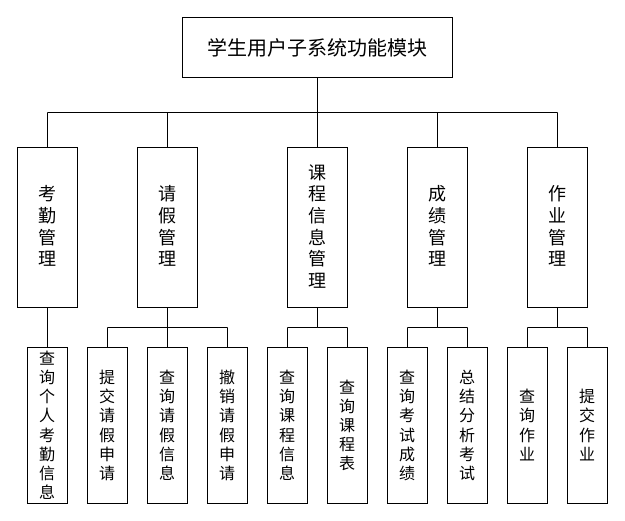
yuglei/design keeps this draw.io diagram as page "学生用子系统功能模块" (23 of 44) of 系统结构图.drawio. Above is the earlier version. Source tidied: cells renumbered, new cells numbered last; positions are measured from the earlier drawing's top-left corner, leaving out a move shared by most shapes. Both pictures are drawn from the tidied source at 100%, with x=0, y=0 at pixel (17, 17).
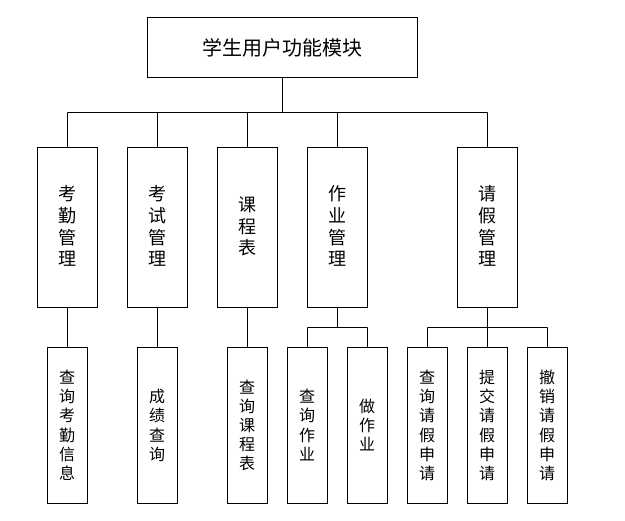
Above is the later version.

Change to the diagram source:
```diff
@@
-    <mxCell id="7" value="&lt;font style=&quot;font-size: 20px;&quot;&gt;学生用户子系统功能模块&lt;/font&gt;" style="rounded=0;whiteSpace=wrap;html=1;" parent="1" vertex="1">
-      <mxGeometry x="165" width="270" height="60" as="geometry" />
+    <mxCell id="7" value="&lt;font style=&quot;font-size: 20px;&quot;&gt;学生用户功能模块&lt;/font&gt;" style="rounded=0;whiteSpace=wrap;html=1;" parent="1" vertex="1">
+      <mxGeometry x="130" width="270" height="60" as="geometry" />
     </mxCell>
@@
     <mxCell id="9" value="&lt;div&gt;&lt;span style=&quot;font-size: 18px;&quot;&gt;考&lt;/span&gt;&lt;/div&gt;&lt;div&gt;&lt;span style=&quot;font-size: 18px;&quot;&gt;勤&lt;/span&gt;&lt;/div&gt;&lt;div&gt;&lt;span style=&quot;font-size: 18px;&quot;&gt;管&lt;/span&gt;&lt;/div&gt;&lt;div&gt;&lt;span style=&quot;font-size: 18px;&quot;&gt;理&lt;/span&gt;&lt;/div&gt;" style="rounded=0;whiteSpace=wrap;html=1;direction=south;" parent="1" vertex="1">
-      <mxGeometry y="130" width="60" height="160" as="geometry" />
+      <mxGeometry x="20" y="130" width="60" height="160" as="geometry" />
     </mxCell>
-    <mxCell id="10" value="&lt;div style=&quot;font-size: 16px;&quot;&gt;查&lt;/div&gt;&lt;div style=&quot;font-size: 16px;&quot;&gt;询&lt;/div&gt;&lt;div style=&quot;font-size: 16px;&quot;&gt;个&lt;/div&gt;&lt;div style=&quot;font-size: 16px;&quot;&gt;人&lt;/div&gt;&lt;div style=&quot;font-size: 16px;&quot;&gt;考&lt;/div&gt;&lt;div style=&quot;font-size: 16px;&quot;&gt;勤&lt;/div&gt;&lt;div style=&quot;font-size: 16px;&quot;&gt;信&lt;/div&gt;&lt;div style=&quot;font-size: 16px;&quot;&gt;息&lt;/div&gt;" style="rounded=0;whiteSpace=wrap;html=1;direction=south;" parent="1" vertex="1">
-      <mxGeometry x="10" y="330" width="40" height="156" as="geometry" />
+    <mxCell id="10" value="&lt;div style=&quot;font-size: 16px;&quot;&gt;查&lt;/div&gt;&lt;div style=&quot;font-size: 16px;&quot;&gt;询&lt;/div&gt;&lt;div style=&quot;font-size: 16px;&quot;&gt;考&lt;/div&gt;&lt;div style=&quot;font-size: 16px;&quot;&gt;勤&lt;/div&gt;&lt;div style=&quot;font-size: 16px;&quot;&gt;信&lt;/div&gt;&lt;div style=&quot;font-size: 16px;&quot;&gt;息&lt;/div&gt;" style="rounded=0;whiteSpace=wrap;html=1;direction=south;" parent="1" vertex="1">
+      <mxGeometry x="30" y="330" width="40" height="156" as="geometry" />
     </mxCell>
-    <mxCell id="11" value="&lt;div style=&quot;font-size: 16px;&quot;&gt;提&lt;/div&gt;&lt;div style=&quot;font-size: 16px;&quot;&gt;交&lt;/div&gt;&lt;div style=&quot;font-size: 16px;&quot;&gt;请&lt;/div&gt;&lt;div style=&quot;font-size: 16px;&quot;&gt;假&lt;/div&gt;&lt;div style=&quot;font-size: 16px;&quot;&gt;申&lt;/div&gt;&lt;div style=&quot;font-size: 16px;&quot;&gt;请&lt;/div&gt;" style="rounded=0;whiteSpace=wrap;html=1;direction=south;" parent="1" vertex="1">
-      <mxGeometry x="70" y="330" width="40" height="156" as="geometry" />
+    <mxCell id="11" value="&lt;div style=&quot;font-size: 16px;&quot;&gt;查&lt;/div&gt;&lt;div style=&quot;font-size: 16px;&quot;&gt;询&lt;/div&gt;&lt;div style=&quot;font-size: 16px;&quot;&gt;请&lt;/div&gt;&lt;div style=&quot;font-size: 16px;&quot;&gt;假&lt;/div&gt;&lt;div style=&quot;font-size: 16px;&quot;&gt;申&lt;/div&gt;&lt;div style=&quot;font-size: 16px;&quot;&gt;请&lt;/div&gt;" style="rounded=0;whiteSpace=wrap;html=1;direction=south;" parent="1" vertex="1">
+      <mxGeometry x="390" y="330" width="40" height="156" as="geometry" />
     </mxCell>
@@
     <mxCell id="15" value="&lt;span style=&quot;font-size: 18px;&quot;&gt;请&lt;/span&gt;&lt;div&gt;&lt;span style=&quot;font-size: 18px;&quot;&gt;假&lt;/span&gt;&lt;/div&gt;&lt;div&gt;&lt;span style=&quot;font-size: 18px;&quot;&gt;管&lt;/span&gt;&lt;/div&gt;&lt;div&gt;&lt;span style=&quot;font-size: 18px;&quot;&gt;理&lt;/span&gt;&lt;/div&gt;" style="rounded=0;whiteSpace=wrap;html=1;direction=south;" parent="1" vertex="1">
-      <mxGeometry x="120" y="130" width="60" height="160" as="geometry" />
+      <mxGeometry x="440" y="130" width="60" height="160" as="geometry" />
     </mxCell>
-    <mxCell id="16" style="edgeStyle=orthogonalEdgeStyle;rounded=0;jettySize=auto;html=1;exitX=1;exitY=0.5;exitDx=0;exitDy=0;entryX=0;entryY=0.5;entryDx=0;entryDy=0;fontSize=12;startSize=8;endSize=8;endArrow=none;endFill=0;" parent="1" edge="1" source="18" target="27">
-      <mxGeometry relative="1" as="geometry" />
-    </mxCell>
@@
-    <mxCell id="18" value="&lt;span style=&quot;font-size: 18px;&quot;&gt;课&lt;/span&gt;&lt;div&gt;&lt;span style=&quot;font-size: 18px;&quot;&gt;程&lt;/span&gt;&lt;/div&gt;&lt;div&gt;&lt;span style=&quot;font-size: 18px;&quot;&gt;信&lt;/span&gt;&lt;/div&gt;&lt;div&gt;&lt;span style=&quot;font-size: 18px;&quot;&gt;息&lt;/span&gt;&lt;/div&gt;&lt;div&gt;&lt;span style=&quot;font-size: 18px;&quot;&gt;管&lt;/span&gt;&lt;/div&gt;&lt;div&gt;&lt;span style=&quot;font-size: 18px;&quot;&gt;理&lt;/span&gt;&lt;/div&gt;" style="rounded=0;whiteSpace=wrap;html=1;direction=south;" parent="1" vertex="1">
-      <mxGeometry x="270" y="130" width="60" height="160" as="geometry" />
+    <mxCell id="18" value="&lt;span style=&quot;font-size: 18px;&quot;&gt;课&lt;/span&gt;&lt;div&gt;&lt;span style=&quot;font-size: 18px;&quot;&gt;程&lt;/span&gt;&lt;/div&gt;&lt;div&gt;&lt;span style=&quot;font-size: 18px;&quot;&gt;表&lt;/span&gt;&lt;/div&gt;" style="rounded=0;whiteSpace=wrap;html=1;direction=south;" parent="1" vertex="1">
+      <mxGeometry x="200" y="130" width="60" height="160" as="geometry" />
     </mxCell>
@@
-    <mxCell id="20" style="edgeStyle=orthogonalEdgeStyle;rounded=0;jettySize=auto;html=1;exitX=1;exitY=0.5;exitDx=0;exitDy=0;entryX=0;entryY=0.5;entryDx=0;entryDy=0;fontSize=12;startSize=8;endSize=8;endArrow=none;endFill=0;" parent="1" edge="1" source="21" target="30">
-      <mxGeometry relative="1" as="geometry" />
-    </mxCell>
-    <mxCell id="21" value="&lt;div&gt;&lt;span style=&quot;font-size: 18px;&quot;&gt;成&lt;/span&gt;&lt;/div&gt;&lt;div&gt;&lt;span style=&quot;font-size: 18px;&quot;&gt;绩&lt;/span&gt;&lt;/div&gt;&lt;div&gt;&lt;span style=&quot;font-size: 18px;&quot;&gt;管&lt;/span&gt;&lt;/div&gt;&lt;div&gt;&lt;span style=&quot;font-size: 18px;&quot;&gt;理&lt;/span&gt;&lt;/div&gt;" style="rounded=0;whiteSpace=wrap;html=1;direction=south;" parent="1" vertex="1">
-      <mxGeometry x="390" y="130" width="60" height="160" as="geometry" />
+    <mxCell id="21" value="&lt;div&gt;&lt;span style=&quot;font-size: 18px;&quot;&gt;考&lt;/span&gt;&lt;/div&gt;&lt;div&gt;&lt;span style=&quot;font-size: 18px;&quot;&gt;试&lt;/span&gt;&lt;/div&gt;&lt;div&gt;&lt;span style=&quot;font-size: 18px;&quot;&gt;管&lt;/span&gt;&lt;/div&gt;&lt;div&gt;&lt;span style=&quot;font-size: 18px;&quot;&gt;理&lt;/span&gt;&lt;/div&gt;" style="rounded=0;whiteSpace=wrap;html=1;direction=south;" parent="1" vertex="1">
+      <mxGeometry x="110" y="130" width="60" height="160" as="geometry" />
     </mxCell>
@@
     <mxCell id="24" value="&lt;div&gt;&lt;span style=&quot;font-size: 18px;&quot;&gt;作&lt;/span&gt;&lt;/div&gt;&lt;div&gt;&lt;span style=&quot;font-size: 18px;&quot;&gt;业&lt;/span&gt;&lt;/div&gt;&lt;div&gt;&lt;span style=&quot;font-size: 18px;&quot;&gt;管&lt;/span&gt;&lt;/div&gt;&lt;div&gt;&lt;span style=&quot;font-size: 18px;&quot;&gt;理&lt;/span&gt;&lt;/div&gt;" style="rounded=0;whiteSpace=wrap;html=1;direction=south;" parent="1" vertex="1">
-      <mxGeometry x="510" y="130" width="60" height="160" as="geometry" />
+      <mxGeometry x="290" y="130" width="60" height="160" as="geometry" />
     </mxCell>
-    <mxCell id="25" value="&lt;div style=&quot;font-size: 16px;&quot;&gt;查&lt;/div&gt;&lt;div style=&quot;font-size: 16px;&quot;&gt;询&lt;/div&gt;&lt;div style=&quot;font-size: 16px;&quot;&gt;请&lt;/div&gt;&lt;div style=&quot;font-size: 16px;&quot;&gt;假&lt;/div&gt;&lt;div style=&quot;font-size: 16px;&quot;&gt;信&lt;/div&gt;&lt;div style=&quot;font-size: 16px;&quot;&gt;息&lt;/div&gt;" style="rounded=0;whiteSpace=wrap;html=1;direction=south;" parent="1" vertex="1">
-      <mxGeometry x="130" y="330" width="40" height="156" as="geometry" />
+    <mxCell id="25" value="&lt;div style=&quot;font-size: 16px;&quot;&gt;提&lt;/div&gt;&lt;div style=&quot;font-size: 16px;&quot;&gt;交&lt;/div&gt;&lt;div style=&quot;font-size: 16px;&quot;&gt;请&lt;/div&gt;&lt;div style=&quot;font-size: 16px;&quot;&gt;假&lt;/div&gt;&lt;div style=&quot;font-size: 16px;&quot;&gt;申&lt;/div&gt;&lt;div style=&quot;font-size: 16px;&quot;&gt;请&lt;/div&gt;" style="rounded=0;whiteSpace=wrap;html=1;direction=south;" parent="1" vertex="1">
+      <mxGeometry x="450" y="330" width="40" height="156" as="geometry" />
     </mxCell>
     <mxCell id="26" value="&lt;div style=&quot;font-size: 16px;&quot;&gt;撤&lt;/div&gt;&lt;div style=&quot;font-size: 16px;&quot;&gt;销&lt;/div&gt;&lt;div style=&quot;font-size: 16px;&quot;&gt;请&lt;/div&gt;&lt;div style=&quot;font-size: 16px;&quot;&gt;假&lt;/div&gt;&lt;div style=&quot;font-size: 16px;&quot;&gt;申&lt;/div&gt;&lt;div style=&quot;font-size: 16px;&quot;&gt;请&lt;/div&gt;" style="rounded=0;whiteSpace=wrap;html=1;direction=south;" parent="1" vertex="1">
-      <mxGeometry x="190" y="330" width="40" height="156" as="geometry" />
+      <mxGeometry x="510" y="330" width="40" height="156" as="geometry" />
     </mxCell>
-    <mxCell id="27" value="&lt;div style=&quot;font-size: 16px;&quot;&gt;查&lt;/div&gt;&lt;div style=&quot;font-size: 16px;&quot;&gt;询&lt;/div&gt;&lt;div style=&quot;font-size: 16px;&quot;&gt;课&lt;/div&gt;&lt;div style=&quot;font-size: 16px;&quot;&gt;程&lt;/div&gt;&lt;div style=&quot;font-size: 16px;&quot;&gt;信&lt;/div&gt;&lt;div style=&quot;font-size: 16px;&quot;&gt;息&lt;/div&gt;" style="rounded=0;whiteSpace=wrap;html=1;direction=south;" parent="1" vertex="1">
-      <mxGeometry x="250" y="330" width="40" height="156" as="geometry" />
-    </mxCell>
     <mxCell id="28" value="&lt;div style=&quot;font-size: 16px;&quot;&gt;查&lt;/div&gt;&lt;div style=&quot;font-size: 16px;&quot;&gt;询&lt;/div&gt;&lt;div style=&quot;font-size: 16px;&quot;&gt;课&lt;/div&gt;&lt;div style=&quot;font-size: 16px;&quot;&gt;程&lt;/div&gt;&lt;div style=&quot;font-size: 16px;&quot;&gt;表&lt;/div&gt;" style="rounded=0;whiteSpace=wrap;html=1;direction=south;" parent="1" vertex="1">
-      <mxGeometry x="310" y="330" width="40" height="156" as="geometry" />
+      <mxGeometry x="210" y="330" width="40" height="156" as="geometry" />
     </mxCell>
-    <mxCell id="29" value="&lt;div style=&quot;font-size: 16px;&quot;&gt;查&lt;/div&gt;&lt;div style=&quot;font-size: 16px;&quot;&gt;询&lt;/div&gt;&lt;div style=&quot;font-size: 16px;&quot;&gt;考&lt;/div&gt;&lt;div style=&quot;font-size: 16px;&quot;&gt;试&lt;/div&gt;&lt;div style=&quot;font-size: 16px;&quot;&gt;成&lt;/div&gt;&lt;div style=&quot;font-size: 16px;&quot;&gt;绩&lt;/div&gt;" style="rounded=0;whiteSpace=wrap;html=1;direction=south;" parent="1" vertex="1">
-      <mxGeometry x="370" y="330" width="40" height="156" as="geometry" />
+    <mxCell id="29" value="&lt;div style=&quot;font-size: 16px;&quot;&gt;成&lt;/div&gt;&lt;div style=&quot;font-size: 16px;&quot;&gt;绩&lt;/div&gt;&lt;div style=&quot;font-size: 16px;&quot;&gt;查&lt;/div&gt;&lt;div style=&quot;font-size: 16px;&quot;&gt;询&lt;/div&gt;" style="rounded=0;whiteSpace=wrap;html=1;direction=south;" parent="1" vertex="1">
+      <mxGeometry x="120" y="330" width="40" height="156" as="geometry" />
     </mxCell>
-    <mxCell id="30" value="&lt;div style=&quot;font-size: 16px;&quot;&gt;总&lt;/div&gt;&lt;div style=&quot;font-size: 16px;&quot;&gt;结&lt;/div&gt;&lt;div style=&quot;font-size: 16px;&quot;&gt;分&lt;/div&gt;&lt;div style=&quot;font-size: 16px;&quot;&gt;析&lt;/div&gt;&lt;div style=&quot;font-size: 16px;&quot;&gt;考&lt;/div&gt;&lt;div style=&quot;font-size: 16px;&quot;&gt;试&lt;/div&gt;" style="rounded=0;whiteSpace=wrap;html=1;direction=south;" parent="1" vertex="1">
-      <mxGeometry x="430" y="330" width="40" height="156" as="geometry" />
-    </mxCell>
     <mxCell id="31" value="&lt;div style=&quot;font-size: 16px;&quot;&gt;查&lt;/div&gt;&lt;div style=&quot;font-size: 16px;&quot;&gt;询&lt;/div&gt;&lt;div style=&quot;font-size: 16px;&quot;&gt;作&lt;/div&gt;&lt;div style=&quot;font-size: 16px;&quot;&gt;业&lt;/div&gt;" style="rounded=0;whiteSpace=wrap;html=1;direction=south;" parent="1" vertex="1">
-      <mxGeometry x="490" y="330" width="40" height="156" as="geometry" />
+      <mxGeometry x="270" y="330" width="40" height="156" as="geometry" />
     </mxCell>
-    <mxCell id="32" value="&lt;div style=&quot;font-size: 16px;&quot;&gt;提&lt;/div&gt;&lt;div style=&quot;font-size: 16px;&quot;&gt;交&lt;/div&gt;&lt;div style=&quot;font-size: 16px;&quot;&gt;作&lt;/div&gt;&lt;div style=&quot;font-size: 16px;&quot;&gt;业&lt;/div&gt;" style="rounded=0;whiteSpace=wrap;html=1;direction=south;" parent="1" vertex="1">
-      <mxGeometry x="550" y="330" width="40" height="156" as="geometry" />
+    <mxCell id="32" value="&lt;div style=&quot;font-size: 16px;&quot;&gt;做&lt;/div&gt;&lt;div style=&quot;font-size: 16px;&quot;&gt;作&lt;/div&gt;&lt;div style=&quot;font-size: 16px;&quot;&gt;业&lt;/div&gt;" style="rounded=0;whiteSpace=wrap;html=1;direction=south;" parent="1" vertex="1">
+      <mxGeometry x="330" y="330" width="40" height="156" as="geometry" />
     </mxCell>
```
